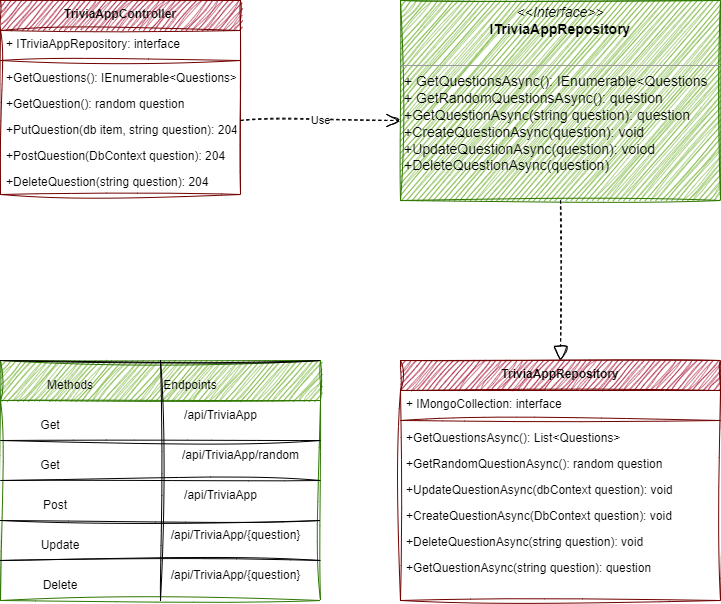
The draw.io diagram trivia-app.drawio.png in tsxepo-web/TriviaApp, before a commit. Source tidied: cells renumbered, new cells last; positions are measured from the earlier drawing's top-left corner, leaving out a move shared by most shapes.
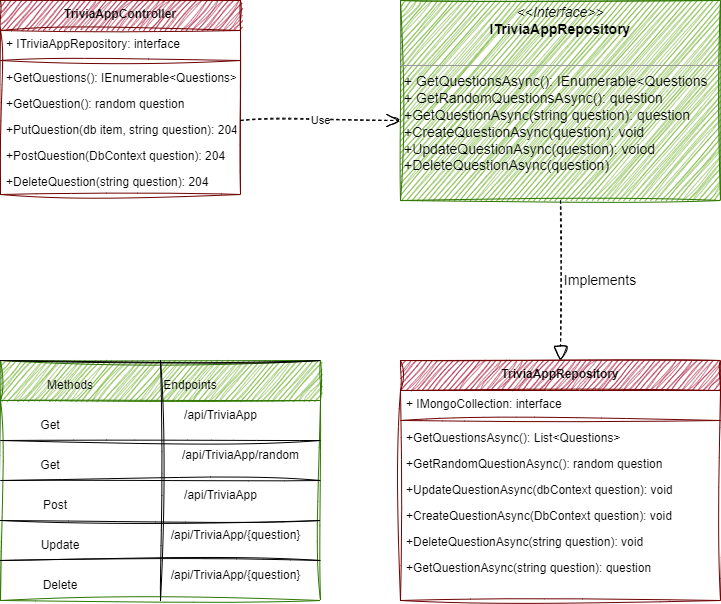
After the commit.

What changed in the source:
```diff
@@ -136,7 +136,7 @@
     <mxCell id="40" style="endArrow=none;html=1;entryX=0.5;entryY=0;entryDx=0;entryDy=0;exitX=0.5;exitY=1;exitDx=0;exitDy=0;sketch=1;curveFitting=1;jiggle=2;" parent="1" edge="1" source="22" target="22">
       <mxGeometry relative="1" as="geometry" />
     </mxCell>
-    <mxCell id="41" value="Implements" style="text;html=1;strokeColor=none;fillColor=none;align=center;verticalAlign=middle;whiteSpace=wrap;rounded=0;fontSize=14;fontColor=#FFFFFF;sketch=1;curveFitting=1;jiggle=2;" parent="1" vertex="1">
+    <mxCell id="41" value="&lt;font color=&quot;#000000&quot;&gt;Implements&lt;/font&gt;" style="text;html=1;strokeColor=none;fillColor=none;align=center;verticalAlign=middle;whiteSpace=wrap;rounded=0;fontSize=14;fontColor=#FFFFFF;sketch=1;curveFitting=1;jiggle=2;" parent="1" vertex="1">
       <mxGeometry x="570" y="260" width="60" height="40" as="geometry" />
     </mxCell>
   </root>
```
